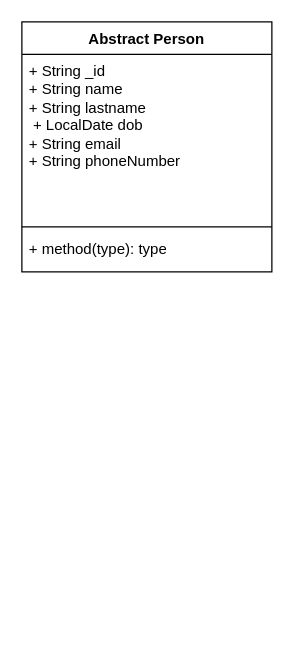
Before: page "PeopleArea" (4 of 7) of Escape-Room-UML.drawio in Cinsara/DevelopersTeam_ScapeRoom, a draw.io diagram. Source tidied: cells renumbered, new cells numbered last; positions are measured from the earlier drawing's top-left corner, leaving out a move shared by most shapes. Both pictures are drawn from the tidied source at 125%, with x=0, y=0 at pixel (21, 21).
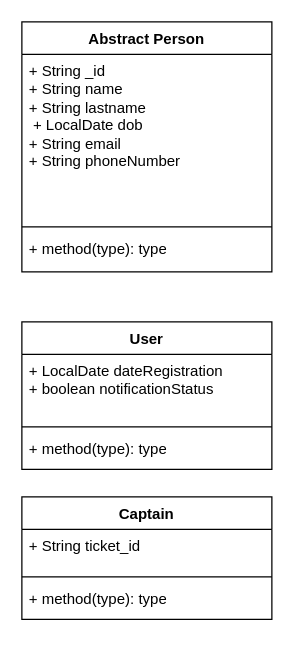
The same page after the edit.

The edit, as a diff of the source:
```diff
@@
 <mxGraphModel>
   <root>
     <mxCell id="0" />
     <mxCell id="1" parent="0" />
     <mxCell id="2" value="Abstract Person" style="swimlane;fontStyle=1;align=center;verticalAlign=top;horizontal=1;startSize=26;whiteSpace=wrap;html=1;" parent="1" vertex="1">
       <mxGeometry width="200" height="200" as="geometry" />
     </mxCell>
     <mxCell id="3" value="+ String _id&lt;div&gt;+ String name&lt;/div&gt;&lt;div&gt;+ String lastname&lt;/div&gt;&lt;div&gt;&amp;nbsp;+ LocalDate dob&lt;/div&gt;&lt;div&gt;+ String email&lt;/div&gt;&lt;div&gt;+ String phoneNumber&lt;/div&gt;" style="text;strokeColor=none;fillColor=none;align=left;verticalAlign=top;spacingLeft=4;spacingRight=4;overflow=hidden;whiteSpace=wrap;html=1;" parent="2" vertex="1">
       <mxGeometry y="26" width="200" height="134" as="geometry" />
     </mxCell>
     <mxCell id="4" style="line;strokeWidth=1;fillColor=none;align=left;verticalAlign=middle;spacingTop=-1;spacingLeft=3;spacingRight=3;labelPosition=right;strokeColor=inherit;" parent="2" vertex="1">
       <mxGeometry y="160" width="200" height="8" as="geometry" />
     </mxCell>
     <mxCell id="5" value="+ method(type): type" style="text;strokeColor=none;fillColor=none;align=left;verticalAlign=top;spacingLeft=4;spacingRight=4;overflow=hidden;whiteSpace=wrap;html=1;" parent="2" vertex="1">
       <mxGeometry y="168" width="200" height="32" as="geometry" />
     </mxCell>
+    <mxCell id="6" value="User" style="swimlane;fontStyle=1;align=center;verticalAlign=top;horizontal=1;startSize=26;whiteSpace=wrap;html=1;" parent="1" vertex="1">
+      <mxGeometry y="240" width="200" height="118" as="geometry" />
+    </mxCell>
+    <mxCell id="7" value="+ LocalDate dateRegistration&lt;div&gt;+ boolean notificationStatus&lt;/div&gt;" style="text;strokeColor=none;fillColor=none;align=left;verticalAlign=top;spacingLeft=4;spacingRight=4;overflow=hidden;whiteSpace=wrap;html=1;" parent="6" vertex="1">
+      <mxGeometry y="26" width="200" height="54" as="geometry" />
+    </mxCell>
+    <mxCell id="8" style="line;strokeWidth=1;fillColor=none;align=left;verticalAlign=middle;spacingTop=-1;spacingLeft=3;spacingRight=3;labelPosition=right;strokeColor=inherit;" parent="6" vertex="1">
+      <mxGeometry y="80" width="200" height="8" as="geometry" />
+    </mxCell>
+    <mxCell id="9" value="+ method(type): type" style="text;strokeColor=none;fillColor=none;align=left;verticalAlign=top;spacingLeft=4;spacingRight=4;overflow=hidden;whiteSpace=wrap;html=1;" parent="6" vertex="1">
+      <mxGeometry y="88" width="200" height="30" as="geometry" />
+    </mxCell>
+    <mxCell id="10" value="Captain" style="swimlane;fontStyle=1;align=center;verticalAlign=top;horizontal=1;startSize=26;whiteSpace=wrap;html=1;" parent="1" vertex="1">
+      <mxGeometry y="380" width="200" height="98" as="geometry" />
+    </mxCell>
+    <mxCell id="11" value="+ String ticket_id" style="text;strokeColor=none;fillColor=none;align=left;verticalAlign=top;spacingLeft=4;spacingRight=4;overflow=hidden;whiteSpace=wrap;html=1;" parent="10" vertex="1">
+      <mxGeometry y="26" width="200" height="34" as="geometry" />
+    </mxCell>
+    <mxCell id="12" style="line;strokeWidth=1;fillColor=none;align=left;verticalAlign=middle;spacingTop=-1;spacingLeft=3;spacingRight=3;labelPosition=right;strokeColor=inherit;" parent="10" vertex="1">
+      <mxGeometry y="60" width="200" height="8" as="geometry" />
+    </mxCell>
+    <mxCell id="13" value="+ method(type): type" style="text;strokeColor=none;fillColor=none;align=left;verticalAlign=top;spacingLeft=4;spacingRight=4;overflow=hidden;whiteSpace=wrap;html=1;" parent="10" vertex="1">
+      <mxGeometry y="68" width="200" height="30" as="geometry" />
+    </mxCell>
   </root>
 </mxGraphModel>
```
